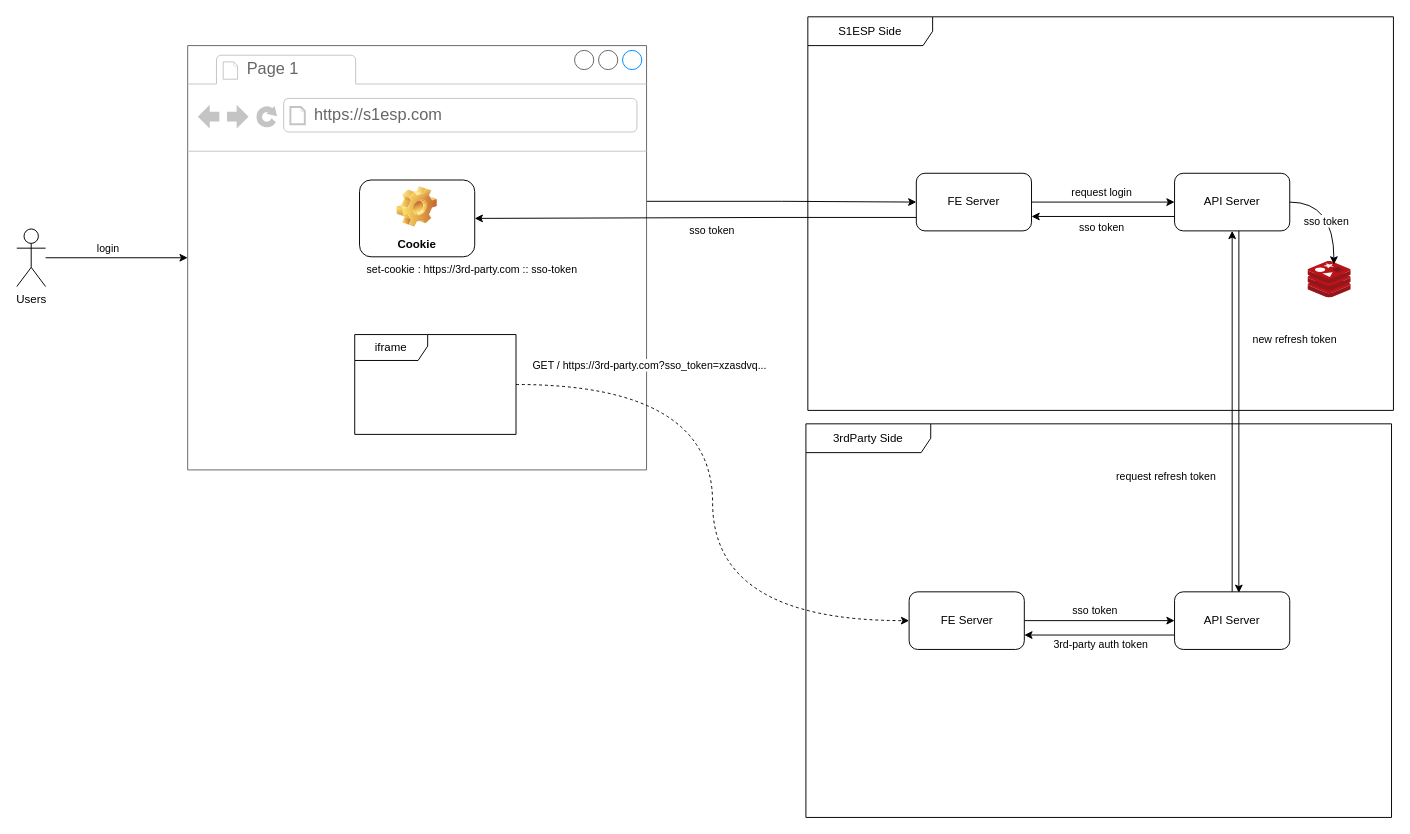
Before: s1esp-sso.drawio in djcho/draw-io-repo, a draw.io diagram. Source tidied: cells renumbered, new cells numbered last; positions are measured from the earlier drawing's top-left corner, leaving out a move shared by most shapes. Both pictures are drawn from the tidied source at 96%, with x=0, y=0 at pixel (16, 16).
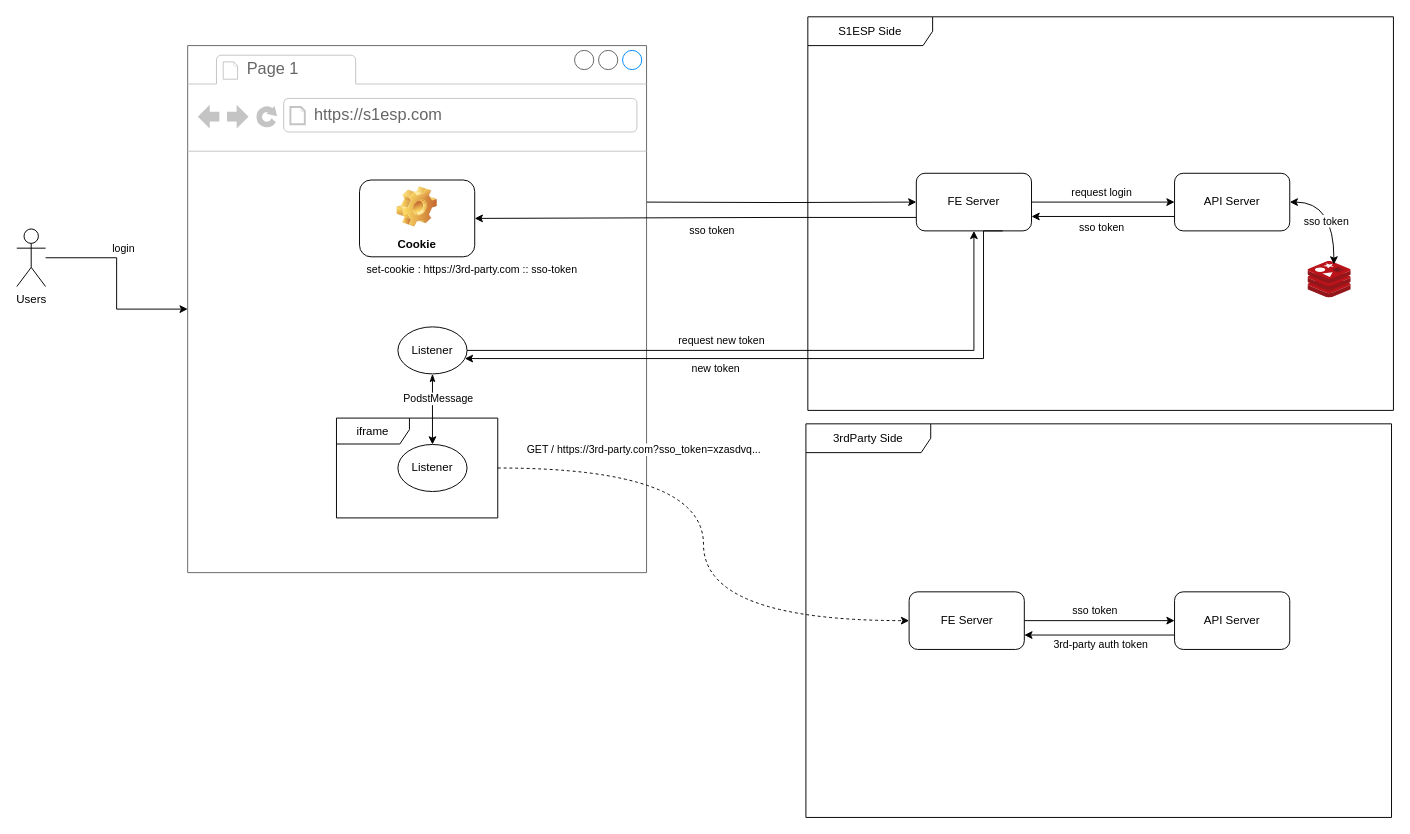
Above is the later version.

The change refers to these unchanged cells:
```xml
<mxCell id="9" value="&lt;div&gt;&lt;span style=&quot;background-color: transparent; color: light-dark(rgb(0, 0, 0), rgb(255, 255, 255));&quot;&gt;API Server&lt;/span&gt;&lt;/div&gt;" style="rounded=1;whiteSpace=wrap;html=1;" parent="1" vertex="1">
  <mxGeometry x="1206" y="163" width="120" height="60" as="geometry" />
</mxCell>
<mxCell id="12" value="FE Server" style="rounded=1;whiteSpace=wrap;html=1;" parent="1" vertex="1">
  <mxGeometry x="937" y="163" width="120" height="60" as="geometry" />
</mxCell>
<mxCell id="20" value="&lt;div&gt;&lt;span style=&quot;background-color: transparent; color: light-dark(rgb(0, 0, 0), rgb(255, 255, 255));&quot;&gt;API Server&lt;/span&gt;&lt;/div&gt;" style="rounded=1;whiteSpace=wrap;html=1;" parent="1" vertex="1">
  <mxGeometry x="1206" y="599" width="120" height="60" as="geometry" />
</mxCell>
<mxCell id="30" style="edgeStyle=orthogonalEdgeStyle;rounded=0;jettySize=auto;html=1;entryX=0;entryY=0.5;entryDx=0;entryDy=0;curved=1;dashed=1;" parent="1" edge="1" source="26" target="15">
  <mxGeometry relative="1" as="geometry" />
</mxCell>
<mxCell id="32" style="image;sketch=0;html=1;points=[];align=center;fontSize=12;image=img/lib/mscae/Cache_Redis_Product.svg;" parent="1" vertex="1">
  <mxGeometry x="1345" y="255" width="45" height="37.8" as="geometry" />
</mxCell>
```

Change to the diagram source:
```diff
@@
-    <mxCell id="18" style="edgeStyle=orthogonalEdgeStyle;rounded=0;jettySize=auto;html=1;" parent="1" edge="1" source="20" target="9">
-      <mxGeometry relative="1" as="geometry" />
-    </mxCell>
-    <mxCell id="19" value="request refresh token" style="edgeLabel;html=1;align=center;verticalAlign=middle;" parent="18" vertex="1">
-      <mxGeometry x="-0.49" y="-1" relative="1" as="geometry">
-        <mxPoint x="-71" y="-25" as="offset" />
-      </mxGeometry>
-    </mxCell>
@@
-    <mxCell id="21" style="edgeStyle=orthogonalEdgeStyle;rounded=0;jettySize=auto;html=1;exitX=1;exitY=0.367;exitDx=0;exitDy=0;exitPerimeter=0;" parent="1" edge="1" source="22" target="12">
-      <mxGeometry relative="1" as="geometry" />
+    <mxCell id="21" style="edgeStyle=orthogonalEdgeStyle;rounded=0;jettySize=auto;html=1;" parent="1" edge="1" target="12">
+      <mxGeometry relative="1" as="geometry">
+        <mxPoint x="652" y="193" as="sourcePoint" />
+      </mxGeometry>
     </mxCell>
     <mxCell id="22" style="strokeWidth=1;shadow=0;dashed=0;align=center;html=1;shape=mxgraph.mockup.containers.browserWindow;rSize=0;strokeColor=#666666;strokeColor2=#008cff;strokeColor3=#c4c4c4;mainText=,;" parent="1" vertex="1">
-      <mxGeometry x="178" y="30" width="478" height="442" as="geometry" />
+      <mxGeometry x="178" y="30" width="478" height="549" as="geometry" />
     </mxCell>
@@
     <mxCell id="26" value="iframe" style="shape=umlFrame;whiteSpace=wrap;html=1;width=76;height=27;" parent="22" vertex="1">
-      <mxGeometry x="174" y="301" width="168" height="104" as="geometry" />
+      <mxGeometry x="155" y="388" width="168" height="104" as="geometry" />
     </mxCell>
+    <mxCell id="37" value="Listener" style="ellipse;whiteSpace=wrap;html=1;" parent="22" vertex="1">
+      <mxGeometry x="219" y="293" width="72" height="49" as="geometry" />
+    </mxCell>
+    <mxCell id="38" style="edgeStyle=orthogonalEdgeStyle;rounded=0;jettySize=auto;html=1;entryX=0.5;entryY=1;entryDx=0;entryDy=0;endArrow=classicThin;endFill=1;startArrow=classic;startFill=1;" parent="22" edge="1" source="40" target="37">
+      <mxGeometry relative="1" as="geometry" />
+    </mxCell>
+    <mxCell id="39" value="PodstMessage" style="edgeLabel;html=1;align=center;verticalAlign=middle;" parent="38" vertex="1">
+      <mxGeometry x="0.4" relative="1" as="geometry">
+        <mxPoint x="5" y="3" as="offset" />
+      </mxGeometry>
+    </mxCell>
+    <mxCell id="40" value="Listener" style="ellipse;whiteSpace=wrap;html=1;" parent="22" vertex="1">
+      <mxGeometry x="219" y="415.5" width="72" height="49" as="geometry" />
+    </mxCell>
@@
     <mxCell id="31" value="GET / https://3rd-party.com?sso_token=xzasdvq..." style="edgeLabel;html=1;align=center;verticalAlign=middle;" parent="30" vertex="1">
       <mxGeometry x="0.04" y="5" relative="1" as="geometry">
-        <mxPoint x="-71" y="-157" as="offset" />
+        <mxPoint x="-68" y="-111" as="offset" />
       </mxGeometry>
     </mxCell>
@@
-    <mxCell id="33" style="edgeStyle=orthogonalEdgeStyle;rounded=0;jettySize=auto;html=1;entryX=0.6;entryY=0.079;entryDx=0;entryDy=0;entryPerimeter=0;curved=1;" parent="1" edge="1" source="9" target="32">
+    <mxCell id="33" style="edgeStyle=orthogonalEdgeStyle;rounded=0;jettySize=auto;html=1;entryX=0.6;entryY=0.079;entryDx=0;entryDy=0;entryPerimeter=0;curved=1;startArrow=classic;startFill=1;" parent="1" edge="1" source="9" target="32">
       <mxGeometry relative="1" as="geometry" />
     </mxCell>
@@
-    <mxCell id="35" style="edgeStyle=orthogonalEdgeStyle;rounded=0;jettySize=auto;html=1;entryX=0.558;entryY=0.017;entryDx=0;entryDy=0;entryPerimeter=0;" parent="1" edge="1" source="9" target="20">
-      <mxGeometry relative="1" as="geometry">
-        <Array as="points">
-          <mxPoint x="1273" y="318" />
-          <mxPoint x="1273" y="318" />
-        </Array>
-      </mxGeometry>
-    </mxCell>
-    <mxCell id="36" value="new refresh token" style="edgeLabel;html=1;align=center;verticalAlign=middle;" parent="35" vertex="1">
-      <mxGeometry x="0.37" y="2" relative="1" as="geometry">
-        <mxPoint x="56" y="-146" as="offset" />
-      </mxGeometry>
-    </mxCell>
+    <mxCell id="41" style="edgeStyle=orthogonalEdgeStyle;rounded=0;jettySize=auto;html=1;exitX=1;exitY=0.5;exitDx=0;exitDy=0;" parent="1" edge="1" source="37" target="12">
+      <mxGeometry relative="1" as="geometry">
+        <Array as="points">
+          <mxPoint x="997" y="348" />
+        </Array>
+      </mxGeometry>
+    </mxCell>
+    <mxCell id="42" value="request new token" style="edgeLabel;html=1;align=center;verticalAlign=middle;" parent="41" vertex="1">
+      <mxGeometry x="-0.23" y="3" relative="1" as="geometry">
+        <mxPoint x="13" y="-8" as="offset" />
+      </mxGeometry>
+    </mxCell>
+    <mxCell id="43" style="rounded=0;jettySize=auto;html=1;startArrow=classic;startFill=1;endArrow=none;entryX=0.75;entryY=1;entryDx=0;entryDy=0;edgeStyle=orthogonalEdgeStyle;" parent="1" edge="1" source="37" target="12">
+      <mxGeometry relative="1" as="geometry">
+        <Array as="points">
+          <mxPoint x="1007" y="356" />
+          <mxPoint x="1007" y="223" />
+        </Array>
+      </mxGeometry>
+    </mxCell>
+    <mxCell id="44" value="new token" style="edgeLabel;html=1;align=center;verticalAlign=middle;" parent="43" vertex="1">
+      <mxGeometry x="-0.22" y="-1" relative="1" as="geometry">
+        <mxPoint x="-9" y="9" as="offset" />
+      </mxGeometry>
+    </mxCell>
```
